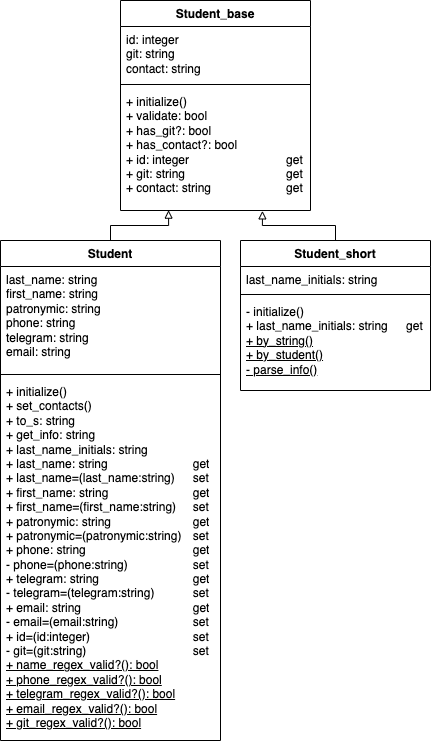
The draw.io diagram Students/UML_Student.png in MishaBlinsky/design_patterns, before a commit. Source tidied: cells renumbered, new cells last; positions are measured from the earlier drawing's top-left corner, leaving out a move shared by most shapes.
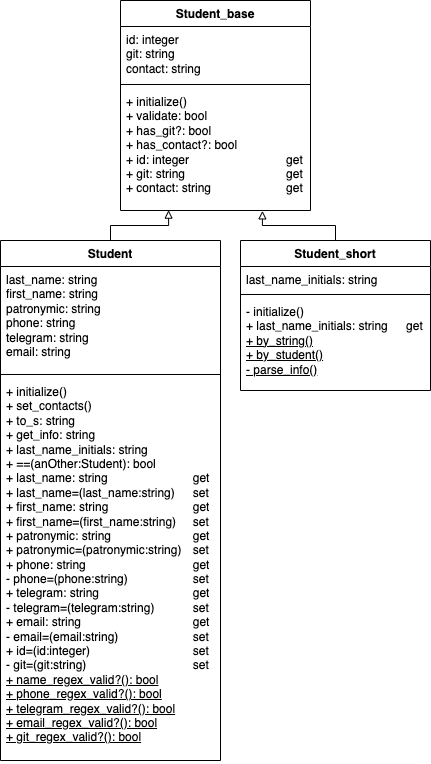
The same diagram one commit later.

Commit message:
Realised ==(anOther:Student):bool method

The edit, as a diff of the source:
```diff
@@ -3,7 +3,7 @@
     <mxCell id="0" />
     <mxCell id="1" parent="0" />
     <mxCell id="2" value="Student" style="swimlane;fontStyle=1;align=center;verticalAlign=top;horizontal=1;startSize=26;whiteSpace=wrap;html=1;" parent="1" vertex="1">
-      <mxGeometry y="240" width="220" height="500" as="geometry" />
+      <mxGeometry y="240" width="220" height="520" as="geometry" />
     </mxCell>
     <mxCell id="3" value="last_name: string&lt;div&gt;first_name&lt;span style=&quot;background-color: initial;&quot;&gt;: string&lt;/span&gt;&lt;/div&gt;&lt;div&gt;patronymic&lt;span style=&quot;background-color: initial;&quot;&gt;: string&lt;/span&gt;&lt;/div&gt;&lt;div&gt;phone&lt;span style=&quot;background-color: initial;&quot;&gt;: string&lt;/span&gt;&lt;/div&gt;&lt;div&gt;telegram&lt;span style=&quot;background-color: initial;&quot;&gt;: string&lt;/span&gt;&lt;/div&gt;&lt;div&gt;email&lt;span style=&quot;background-color: initial;&quot;&gt;: string&lt;/span&gt;&lt;/div&gt;" style="text;strokeColor=none;fillColor=none;align=left;verticalAlign=top;spacingLeft=4;spacingRight=4;overflow=hidden;whiteSpace=wrap;html=1;" parent="2" vertex="1">
       <mxGeometry y="26" width="220" height="104" as="geometry" />
@@ -11,8 +11,8 @@
     <mxCell id="4" style="line;strokeWidth=1;fillColor=none;align=left;verticalAlign=middle;spacingTop=-1;spacingLeft=3;spacingRight=3;labelPosition=right;strokeColor=inherit;" parent="2" vertex="1">
       <mxGeometry y="130" width="220" height="8" as="geometry" />
     </mxCell>
-    <mxCell id="5" value="+ initialize()&lt;div&gt;+ set_contacts()&lt;/div&gt;&lt;div&gt;+ to_s&lt;span style=&quot;background-color: initial;&quot;&gt;: string&lt;/span&gt;&lt;/div&gt;&lt;div&gt;&lt;div&gt;+&amp;nbsp;get_info&lt;span style=&quot;background-color: initial;&quot;&gt;: string&lt;/span&gt;&lt;/div&gt;&lt;div&gt;+&amp;nbsp;&lt;span style=&quot;background-color: initial;&quot;&gt;last_name_initials&lt;/span&gt;&lt;span style=&quot;background-color: initial;&quot;&gt;: string&lt;/span&gt;&lt;/div&gt;&lt;div&gt;&lt;span style=&quot;background-color: initial;&quot;&gt;+ last_name: string&lt;/span&gt;&lt;span style=&quot;background-color: initial; white-space: pre;&quot;&gt;&#9;&lt;/span&gt;&lt;span style=&quot;background-color: initial; white-space: pre;&quot;&gt;&#9;&lt;span style=&quot;white-space: pre;&quot;&gt;&#9;&lt;/span&gt;&lt;span style=&quot;white-space: pre;&quot;&gt;&#9;&lt;/span&gt;&lt;/span&gt;&lt;span style=&quot;background-color: initial;&quot;&gt;get&lt;/span&gt;&lt;/div&gt;&lt;/div&gt;&lt;div&gt;+ last_name=(last_name:string)&lt;span style=&quot;white-space: pre;&quot;&gt;&#9;&lt;/span&gt;set&lt;/div&gt;&lt;div&gt;+ first_name: string&lt;span style=&quot;white-space: pre;&quot;&gt;&#9;&lt;/span&gt;&lt;span style=&quot;white-space: pre;&quot;&gt;&#9;&lt;/span&gt;&lt;span style=&quot;white-space: pre;&quot;&gt;&#9;&lt;/span&gt;&lt;span style=&quot;white-space: pre;&quot;&gt;&#9;&lt;/span&gt;get&lt;/div&gt;&lt;div&gt;+ first_name=(first_name:string)&lt;span style=&quot;white-space: pre;&quot;&gt;&#9;&lt;/span&gt;set&lt;/div&gt;&lt;div&gt;+ patronymic: string&lt;span style=&quot;white-space: pre;&quot;&gt;&#9;&lt;/span&gt;&lt;span style=&quot;white-space: pre;&quot;&gt;&#9;&lt;/span&gt;&lt;span style=&quot;white-space: pre;&quot;&gt;&#9;&lt;/span&gt;get&lt;/div&gt;&lt;div&gt;+ patronymic=(patronymic:string)&lt;span style=&quot;white-space: pre;&quot;&gt;&#9;&lt;/span&gt;set&lt;/div&gt;&lt;div&gt;&lt;span style=&quot;background-color: initial;&quot;&gt;+ phone: string&lt;/span&gt;&lt;span style=&quot;background-color: initial; white-space: pre;&quot;&gt;&#9;&lt;/span&gt;&lt;span style=&quot;background-color: initial; white-space: pre;&quot;&gt;&#9;&lt;/span&gt;&lt;span style=&quot;background-color: initial; white-space: pre;&quot;&gt;&#9;&lt;/span&gt;&lt;span style=&quot;background-color: initial; white-space: pre;&quot;&gt;&#9;&lt;/span&gt;&lt;span style=&quot;background-color: initial;&quot;&gt;get&lt;/span&gt;&lt;br&gt;&lt;/div&gt;&lt;div&gt;- phone=(phone:string)&lt;span style=&quot;white-space: pre;&quot;&gt;&#9;&lt;/span&gt;&lt;span style=&quot;white-space: pre;&quot;&gt;&#9;&lt;/span&gt;&lt;span style=&quot;white-space: pre;&quot;&gt;&#9;&lt;/span&gt;set&lt;/div&gt;&lt;div&gt;+ telegram: string&lt;span style=&quot;white-space: pre;&quot;&gt;&#9;&lt;/span&gt;&lt;span style=&quot;white-space: pre;&quot;&gt;&#9;&lt;/span&gt;&lt;span style=&quot;white-space: pre;&quot;&gt;&#9;&lt;/span&gt;&lt;span style=&quot;white-space: pre;&quot;&gt;&#9;&lt;/span&gt;get&lt;/div&gt;&lt;div&gt;- telegram=(telegram:string)&lt;span style=&quot;white-space: pre;&quot;&gt;&#9;&lt;/span&gt;&lt;span style=&quot;white-space: pre;&quot;&gt;&#9;&lt;/span&gt;set&lt;/div&gt;&lt;div&gt;+ email: string&lt;span style=&quot;white-space: pre;&quot;&gt;&#9;&lt;/span&gt;&lt;span style=&quot;white-space: pre;&quot;&gt;&#9;&lt;/span&gt;&lt;span style=&quot;white-space: pre;&quot;&gt;&#9;&lt;/span&gt;&lt;span style=&quot;white-space: pre;&quot;&gt;&#9;&lt;/span&gt;&lt;span style=&quot;white-space: pre;&quot;&gt;&#9;&lt;/span&gt;get&lt;/div&gt;&lt;div&gt;- email=(email:string)&lt;span style=&quot;white-space: pre;&quot;&gt;&#9;&lt;/span&gt;&lt;span style=&quot;white-space: pre;&quot;&gt;&#9;&lt;/span&gt;&lt;span style=&quot;white-space: pre;&quot;&gt;&#9;&lt;/span&gt;set&lt;/div&gt;&lt;div&gt;&lt;div&gt;&lt;span style=&quot;background-color: initial;&quot;&gt;+ id=(id:integer)&lt;/span&gt;&lt;span style=&quot;background-color: initial; white-space: pre;&quot;&gt;&#9;&lt;/span&gt;&lt;span style=&quot;background-color: initial; white-space: pre;&quot;&gt;&#9;&lt;span style=&quot;white-space: pre;&quot;&gt;&#9;&lt;span style=&quot;white-space: pre;&quot;&gt;&#9;&lt;/span&gt;&lt;/span&gt;&lt;/span&gt;&lt;span style=&quot;background-color: initial;&quot;&gt;set&lt;/span&gt;&lt;br&gt;&lt;/div&gt;&lt;div&gt;- git=(git:string)&lt;span style=&quot;white-space: pre;&quot;&gt;&#9;&lt;/span&gt;&lt;span style=&quot;white-space: pre;&quot;&gt;&#9;&lt;span style=&quot;white-space: pre;&quot;&gt;&#9;&lt;span style=&quot;white-space: pre;&quot;&gt;&#9;&lt;/span&gt;&lt;/span&gt;&lt;/span&gt;set&lt;/div&gt;&lt;/div&gt;&lt;div&gt;&lt;u style=&quot;background-color: initial;&quot;&gt;+ name_regex_valid?(): bool&lt;/u&gt;&lt;/div&gt;&lt;div&gt;&lt;u&gt;+ phone_regex_valid?(): bool&lt;/u&gt;&lt;/div&gt;&lt;div&gt;&lt;div&gt;&lt;u&gt;+ telegram_regex_valid?(): bool&lt;/u&gt;&lt;/div&gt;&lt;div&gt;&lt;u&gt;+ email_regex_valid?(): bool&lt;/u&gt;&lt;/div&gt;&lt;/div&gt;&lt;div&gt;&lt;u&gt;+ git_regex_valid?(): bool&lt;/u&gt;&lt;/div&gt;" style="text;strokeColor=none;fillColor=none;align=left;verticalAlign=top;spacingLeft=4;spacingRight=4;overflow=hidden;whiteSpace=wrap;html=1;" parent="2" vertex="1">
-      <mxGeometry y="138" width="220" height="362" as="geometry" />
+    <mxCell id="5" value="+ initialize()&lt;div&gt;+ set_contacts()&lt;/div&gt;&lt;div&gt;+ to_s&lt;span style=&quot;background-color: initial;&quot;&gt;: string&lt;/span&gt;&lt;/div&gt;&lt;div&gt;&lt;div&gt;+&amp;nbsp;get_info&lt;span style=&quot;background-color: initial;&quot;&gt;: string&lt;/span&gt;&lt;/div&gt;&lt;div&gt;+&amp;nbsp;&lt;span style=&quot;background-color: initial;&quot;&gt;last_name_initials&lt;/span&gt;&lt;span style=&quot;background-color: initial;&quot;&gt;: string&lt;/span&gt;&lt;/div&gt;&lt;div&gt;&lt;span style=&quot;background-color: initial;&quot;&gt;+ ==(anOther:Student): bool&lt;/span&gt;&lt;/div&gt;&lt;div&gt;&lt;span style=&quot;background-color: initial;&quot;&gt;+ last_name: string&lt;/span&gt;&lt;span style=&quot;background-color: initial; white-space: pre;&quot;&gt;&#9;&lt;/span&gt;&lt;span style=&quot;background-color: initial; white-space: pre;&quot;&gt;&#9;&lt;span style=&quot;white-space: pre;&quot;&gt;&#9;&lt;/span&gt;&lt;span style=&quot;white-space: pre;&quot;&gt;&#9;&lt;/span&gt;&lt;/span&gt;&lt;span style=&quot;background-color: initial;&quot;&gt;get&lt;/span&gt;&lt;/div&gt;&lt;/div&gt;&lt;div&gt;+ last_name=(last_name:string)&lt;span style=&quot;white-space: pre;&quot;&gt;&#9;&lt;/span&gt;set&lt;/div&gt;&lt;div&gt;+ first_name: string&lt;span style=&quot;white-space: pre;&quot;&gt;&#9;&lt;/span&gt;&lt;span style=&quot;white-space: pre;&quot;&gt;&#9;&lt;/span&gt;&lt;span style=&quot;white-space: pre;&quot;&gt;&#9;&lt;/span&gt;&lt;span style=&quot;white-space: pre;&quot;&gt;&#9;&lt;/span&gt;get&lt;/div&gt;&lt;div&gt;+ first_name=(first_name:string)&lt;span style=&quot;white-space: pre;&quot;&gt;&#9;&lt;/span&gt;set&lt;/div&gt;&lt;div&gt;+ patronymic: string&lt;span style=&quot;white-space: pre;&quot;&gt;&#9;&lt;/span&gt;&lt;span style=&quot;white-space: pre;&quot;&gt;&#9;&lt;/span&gt;&lt;span style=&quot;white-space: pre;&quot;&gt;&#9;&lt;/span&gt;get&lt;/div&gt;&lt;div&gt;+ patronymic=(patronymic:string)&lt;span style=&quot;white-space: pre;&quot;&gt;&#9;&lt;/span&gt;set&lt;/div&gt;&lt;div&gt;&lt;span style=&quot;background-color: initial;&quot;&gt;+ phone: string&lt;/span&gt;&lt;span style=&quot;background-color: initial; white-space: pre;&quot;&gt;&#9;&lt;/span&gt;&lt;span style=&quot;background-color: initial; white-space: pre;&quot;&gt;&#9;&lt;/span&gt;&lt;span style=&quot;background-color: initial; white-space: pre;&quot;&gt;&#9;&lt;/span&gt;&lt;span style=&quot;background-color: initial; white-space: pre;&quot;&gt;&#9;&lt;/span&gt;&lt;span style=&quot;background-color: initial;&quot;&gt;get&lt;/span&gt;&lt;br&gt;&lt;/div&gt;&lt;div&gt;- phone=(phone:string)&lt;span style=&quot;white-space: pre;&quot;&gt;&#9;&lt;/span&gt;&lt;span style=&quot;white-space: pre;&quot;&gt;&#9;&lt;/span&gt;&lt;span style=&quot;white-space: pre;&quot;&gt;&#9;&lt;/span&gt;set&lt;/div&gt;&lt;div&gt;+ telegram: string&lt;span style=&quot;white-space: pre;&quot;&gt;&#9;&lt;/span&gt;&lt;span style=&quot;white-space: pre;&quot;&gt;&#9;&lt;/span&gt;&lt;span style=&quot;white-space: pre;&quot;&gt;&#9;&lt;/span&gt;&lt;span style=&quot;white-space: pre;&quot;&gt;&#9;&lt;/span&gt;get&lt;/div&gt;&lt;div&gt;- telegram=(telegram:string)&lt;span style=&quot;white-space: pre;&quot;&gt;&#9;&lt;/span&gt;&lt;span style=&quot;white-space: pre;&quot;&gt;&#9;&lt;/span&gt;set&lt;/div&gt;&lt;div&gt;+ email: string&lt;span style=&quot;white-space: pre;&quot;&gt;&#9;&lt;/span&gt;&lt;span style=&quot;white-space: pre;&quot;&gt;&#9;&lt;/span&gt;&lt;span style=&quot;white-space: pre;&quot;&gt;&#9;&lt;/span&gt;&lt;span style=&quot;white-space: pre;&quot;&gt;&#9;&lt;/span&gt;&lt;span style=&quot;white-space: pre;&quot;&gt;&#9;&lt;/span&gt;get&lt;/div&gt;&lt;div&gt;- email=(email:string)&lt;span style=&quot;white-space: pre;&quot;&gt;&#9;&lt;/span&gt;&lt;span style=&quot;white-space: pre;&quot;&gt;&#9;&lt;/span&gt;&lt;span style=&quot;white-space: pre;&quot;&gt;&#9;&lt;/span&gt;set&lt;/div&gt;&lt;div&gt;&lt;div&gt;&lt;span style=&quot;background-color: initial;&quot;&gt;+ id=(id:integer)&lt;/span&gt;&lt;span style=&quot;background-color: initial; white-space: pre;&quot;&gt;&#9;&lt;/span&gt;&lt;span style=&quot;background-color: initial; white-space: pre;&quot;&gt;&#9;&lt;span style=&quot;white-space: pre;&quot;&gt;&#9;&lt;span style=&quot;white-space: pre;&quot;&gt;&#9;&lt;/span&gt;&lt;/span&gt;&lt;/span&gt;&lt;span style=&quot;background-color: initial;&quot;&gt;set&lt;/span&gt;&lt;br&gt;&lt;/div&gt;&lt;div&gt;- git=(git:string)&lt;span style=&quot;white-space: pre;&quot;&gt;&#9;&lt;/span&gt;&lt;span style=&quot;white-space: pre;&quot;&gt;&#9;&lt;span style=&quot;white-space: pre;&quot;&gt;&#9;&lt;span style=&quot;white-space: pre;&quot;&gt;&#9;&lt;/span&gt;&lt;/span&gt;&lt;/span&gt;set&lt;/div&gt;&lt;/div&gt;&lt;div&gt;&lt;u style=&quot;background-color: initial;&quot;&gt;+ name_regex_valid?(): bool&lt;/u&gt;&lt;/div&gt;&lt;div&gt;&lt;u&gt;+ phone_regex_valid?(): bool&lt;/u&gt;&lt;/div&gt;&lt;div&gt;&lt;div&gt;&lt;u&gt;+ telegram_regex_valid?(): bool&lt;/u&gt;&lt;/div&gt;&lt;div&gt;&lt;u&gt;+ email_regex_valid?(): bool&lt;/u&gt;&lt;/div&gt;&lt;/div&gt;&lt;div&gt;&lt;u&gt;+ git_regex_valid?(): bool&lt;/u&gt;&lt;/div&gt;" style="text;strokeColor=none;fillColor=none;align=left;verticalAlign=top;spacingLeft=4;spacingRight=4;overflow=hidden;whiteSpace=wrap;html=1;" parent="2" vertex="1">
+      <mxGeometry y="138" width="220" height="382" as="geometry" />
     </mxCell>
     <mxCell id="6" value="Student_base" style="swimlane;fontStyle=1;align=center;verticalAlign=top;horizontal=1;startSize=26;whiteSpace=wrap;html=1;" parent="1" vertex="1">
       <mxGeometry x="120" width="190" height="210" as="geometry" />
```
